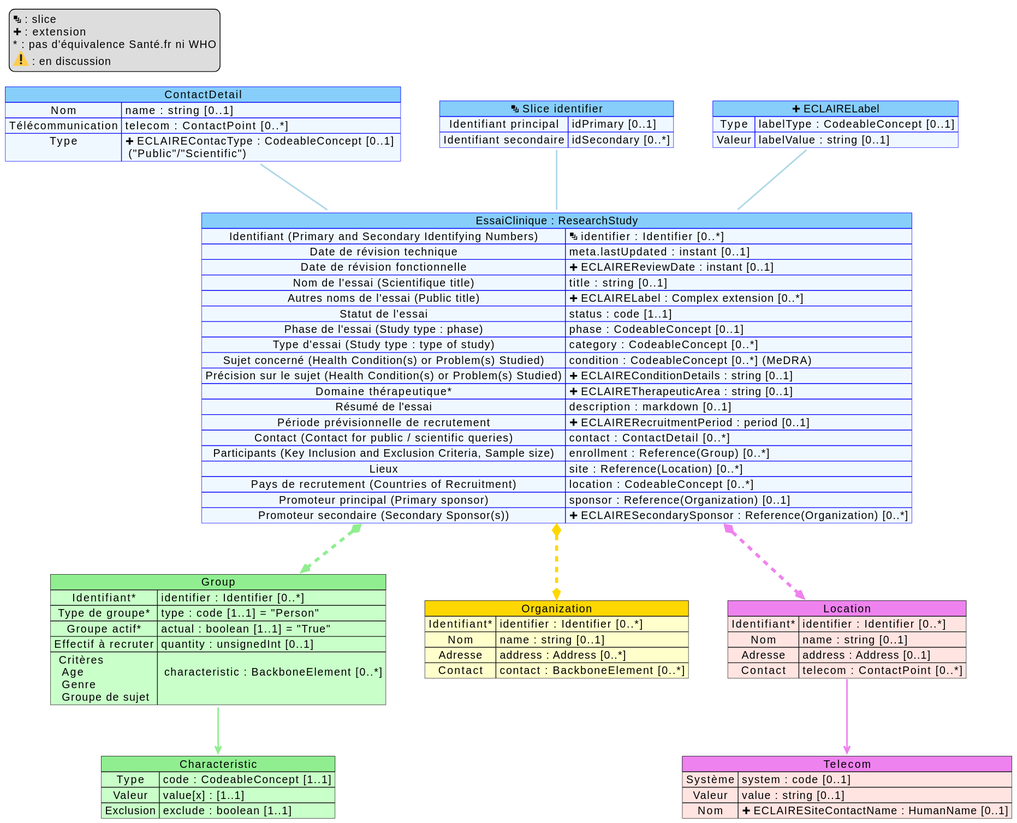
Above: input/images/mappingResearchStudy.svg in ansforge/essais-cliniques (PlantUML), before the change.
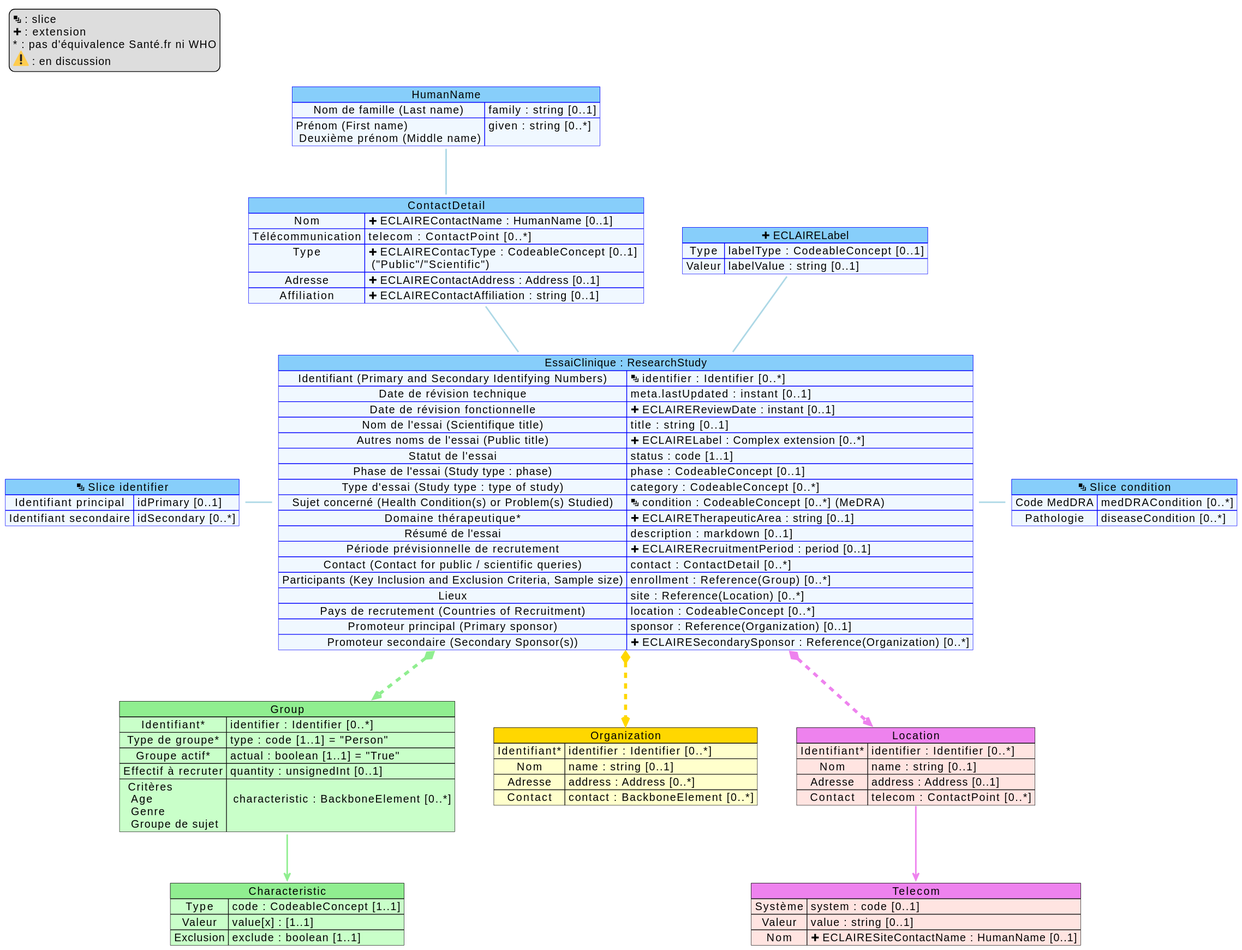
Later version of the same file.

Commit message:
MaJ mapping

The edit, as a diff of the source:
```diff
@@ -3,11 +3,24 @@
     Nom => name :  string [0..1]
     Télécommunication => telecom :  ContactPoint [0..*]
     Type => <&plus> ECLAIREContacType :  CodeableConcept [0..1] \n ("Public"/"Scientific")
+    Adresse => <&plus> ECLAIREContactAddress : Address [0..1]
+    Affiliation => <&plus> ECLAIREContactAffiliation : string [0..1]
+    Nom => <&plus> ECLAIREContactName : HumanName [0..1]
+}
+
+map "HumanName" as slice_name #back:AliceBlue;header:LightSkyBlue;line:blue {
+    Nom de famille (Last name) => family : string [0..1]
+    Prénom (First name) \n Deuxième prénom (Middle name) => given : string [0..*]
 }
 
 map "<&layers> Slice identifier" as slice_identifier #back:AliceBlue;header:LightSkyBlue;line:blue {
     Identifiant principal => idPrimary [0..1]
     Identifiant secondaire => idSecondary [0..*]
+}
+
+map "<&layers> Slice condition" as slice_condition #back:AliceBlue;header:LightSkyBlue;line:blue {
+    Code MedDRA => medDRACondition [0..*]
+    Pathologie => diseaseCondition [0..*]
 }
 
 map "<&plus> ECLAIRELabel" as label #back:AliceBlue;header:LightSkyBlue;line:blue {
@@ -58,8 +71,7 @@
     Statut de l'essai => status : code [1..1]
     Phase de l'essai (Study type : phase) => phase : CodeableConcept [0..1]
     Type d'essai (Study type : type of study) => category : CodeableConcept [0..*]
-    Sujet concerné (Health Condition(s) or Problem(s) Studied) => condition : CodeableConcept [0..*] (MeDRA)
-    Précision sur le sujet (Health Condition(s)  or  Problem(s) Studied) => <&plus> ECLAIREConditionDetails : string [0..1]
+    Sujet concerné (Health Condition(s) or Problem(s) Studied) => <&layers> condition : CodeableConcept [0..*] (MeDRA)
     Domaine thérapeutique* => <&plus> ECLAIRETherapeuticArea : string [0..1]
     Résumé de l'essai => description : markdown [0..1]
     Période prévisionnelle de recrutement => <&plus> ECLAIRERecruitmentPeriod : period [0..1]
@@ -76,9 +88,11 @@
 RS *-[#LightGreen,dashed,thickness=4]-> Group
 RS *-[#Gold,dashed,thickness=4]-> Organization
 
-slice_identifier --[#lightBlue,thickness=2] RS
+slice_identifier -[#lightBlue,thickness=2] RS
+RS -[#lightBlue,thickness=2] slice_condition
 Contact --[#lightBlue,thickness=2] RS
 label --[#lightBlue,thickness=2] RS
+slice_name --[#lightBlue,thickness=2] Contact
 
 Group -[hidden] Organization
 
```
